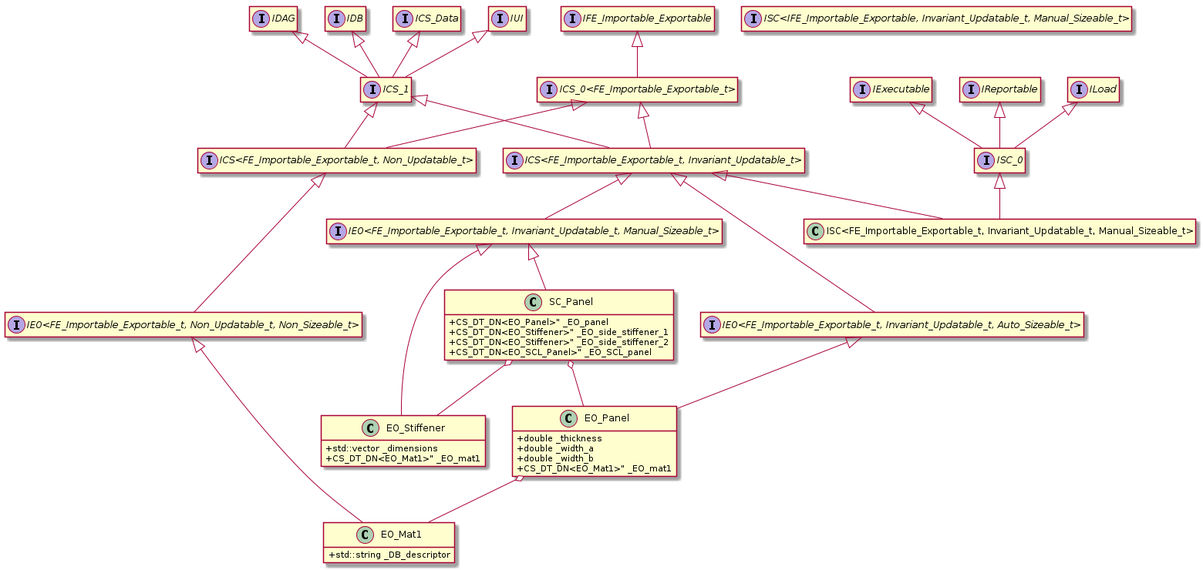
Earlier version of the PlantUML export uml/SC_Panel.png (BarisAlbayrakIEEE/StructuralAnalysis). Its source is kept beside it as uml/SC_Panel.puml.
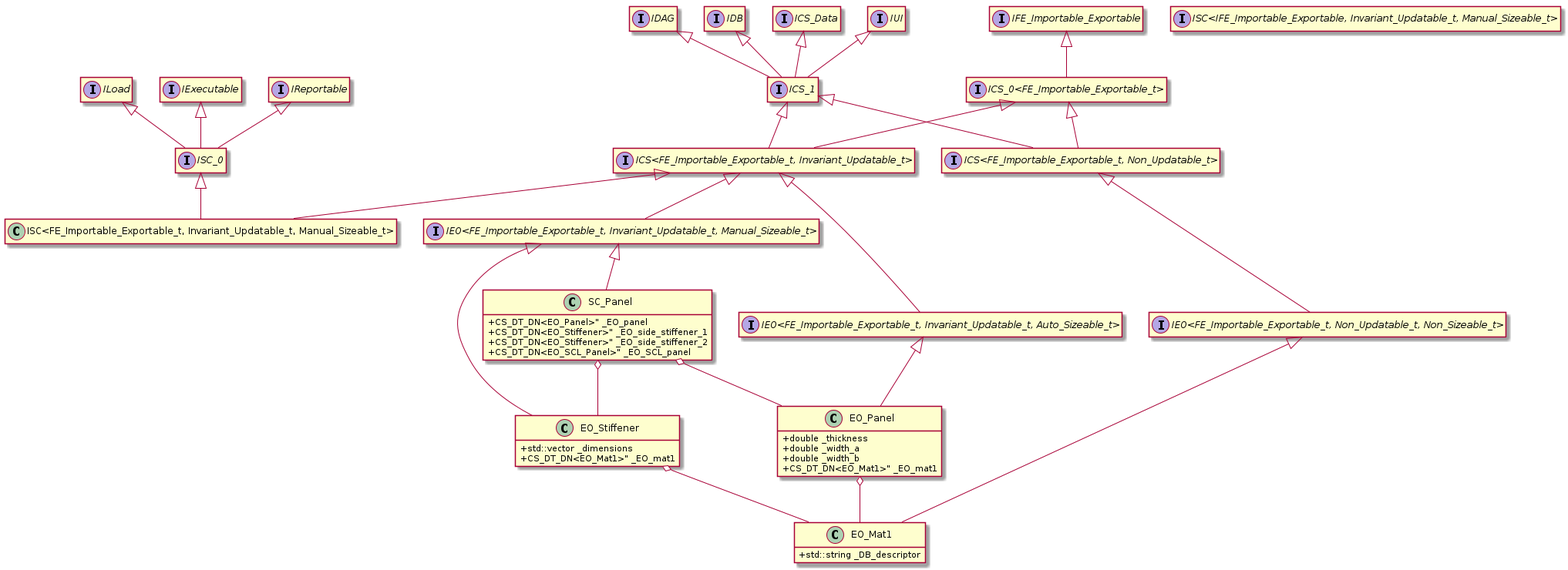
After the change.

Change to the diagram source:
```diff
@@ -73,6 +73,7 @@
 "IEO<FE_Importable_Exportable_t, Invariant_Updatable_t, Manual_Sizeable_t>" <|-- SC_Panel
 
 EO_Panel o-- EO_Mat1
+EO_Stiffener o-- EO_Mat1
 SC_Panel o-- EO_Stiffener
 SC_Panel o-- EO_Panel
 
```
